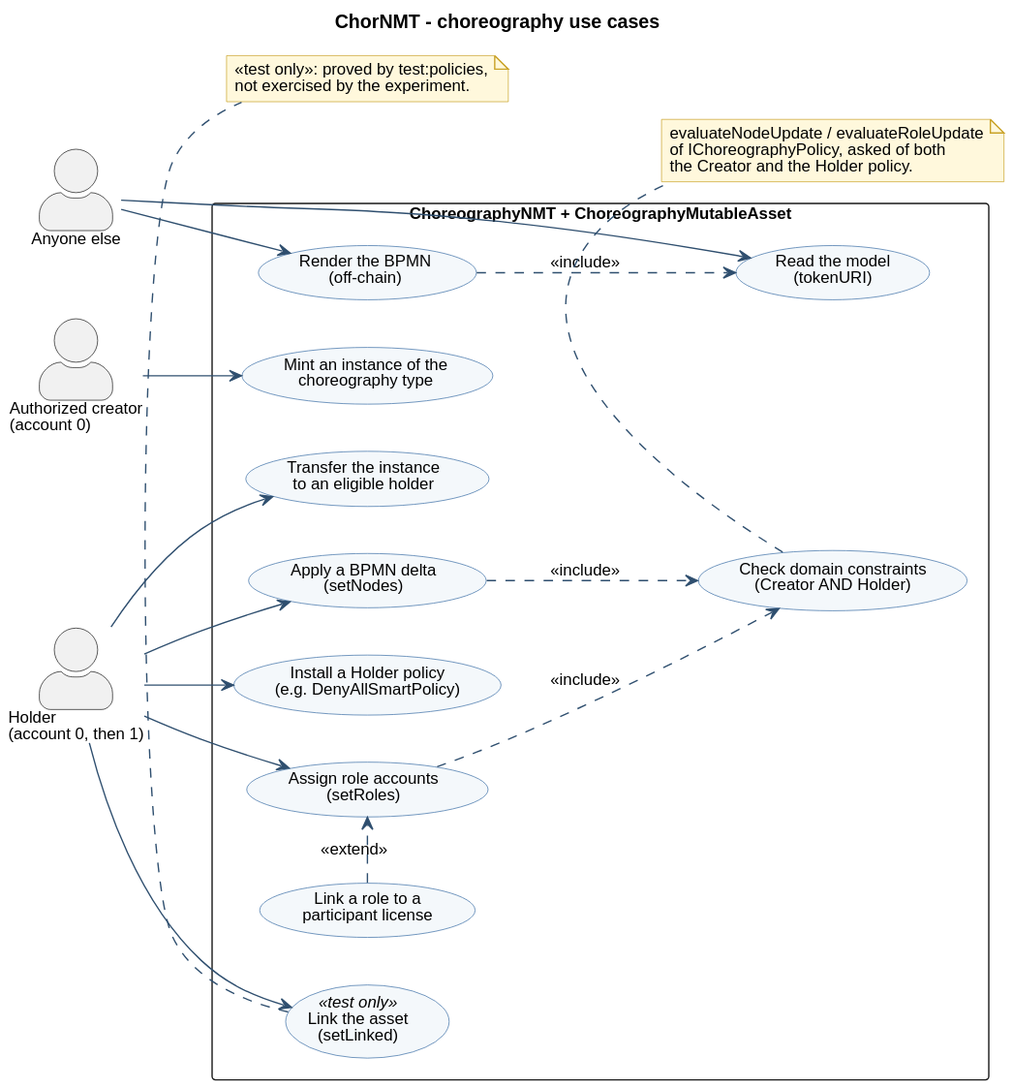
Earlier version of the PlantUML export docs/uml/use-case-choreography.svg (d0na/ChorNMT).
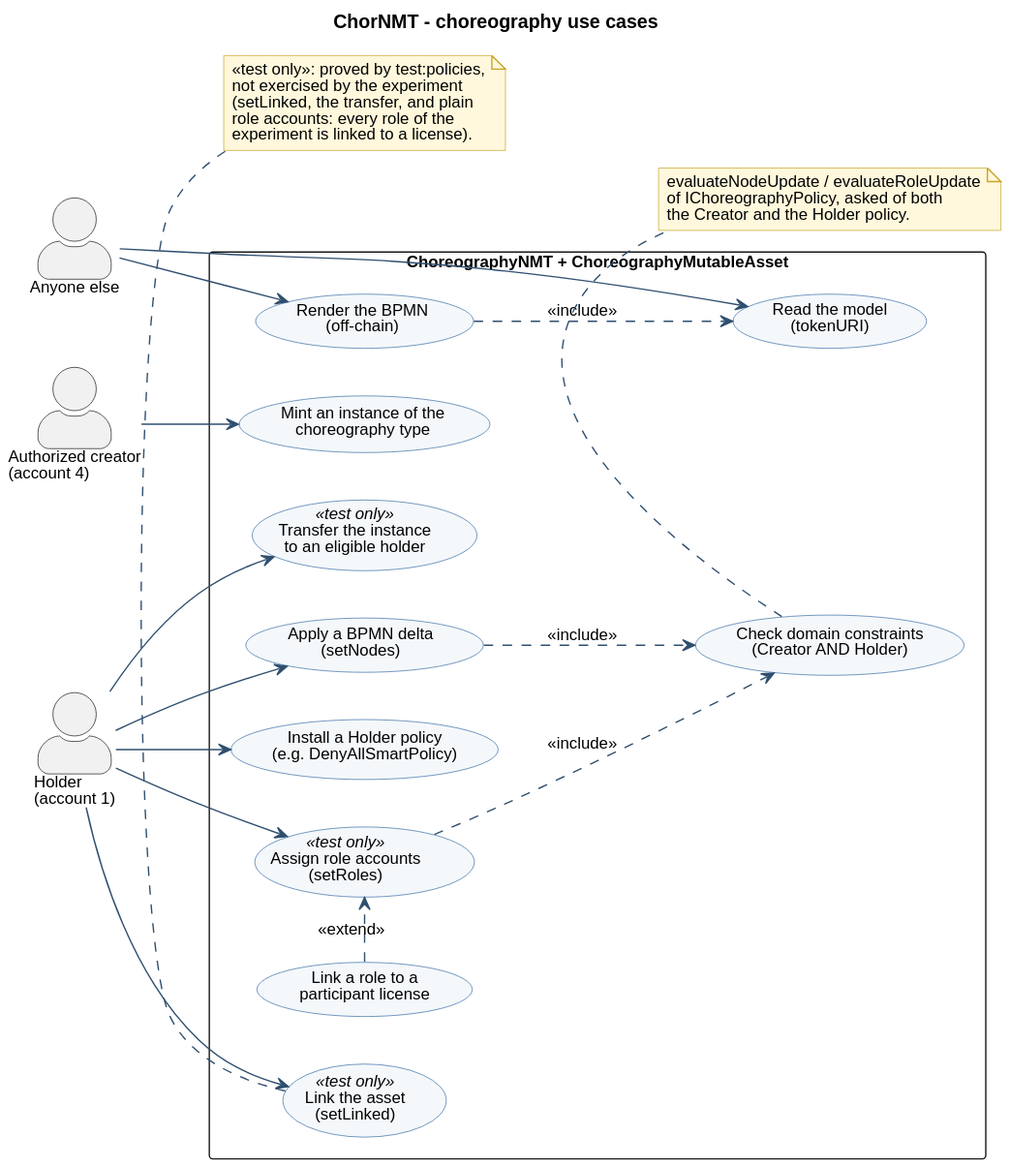
Later version of the same file.

The edit, as a diff of the source:
```diff
@@ -2,14 +2,14 @@
 !include style.iuml
 title ChorNMT - choreography use cases
 left to right direction
-actor "Authorized creator\n(account 0)" as Creator
-actor "Holder\n(account 0, then 1)" as Holder
+actor "Authorized creator\n(account 4)" as Creator
+actor "Holder\n(account 1)" as Holder
 actor "Anyone else" as Anyone
 rectangle "ChoreographyNMT + ChoreographyMutableAsset" {
   usecase "Mint an instance of the\nchoreography type" as UC_Mint
-  usecase "Transfer the instance\nto an eligible holder" as UC_Transfer
+  usecase "Transfer the instance\nto an eligible holder" as UC_Transfer <<test only>>
   usecase "Apply a BPMN delta\n(setNodes)" as UC_Nodes
-  usecase "Assign role accounts\n(setRoles)" as UC_Roles
+  usecase "Assign role accounts\n(setRoles)" as UC_Roles <<test only>>
   usecase "Link a role to a\nparticipant license" as UC_Link
   usecase "Check domain constraints\n(Creator AND Holder)" as UC_Domain
   usecase "Install a Holder policy\n(e.g. DenyAllSmartPolicy)" as UC_Holder
@@ -36,6 +36,9 @@
 end note
 note bottom of UC_Linked
   <<test only>>: proved by test:policies,
-  not exercised by the experiment.
+  not exercised by the experiment
+  (setLinked, the transfer, and plain
+  role accounts: every role of the
+  experiment is linked to a license).
 end note
 @enduml
```
